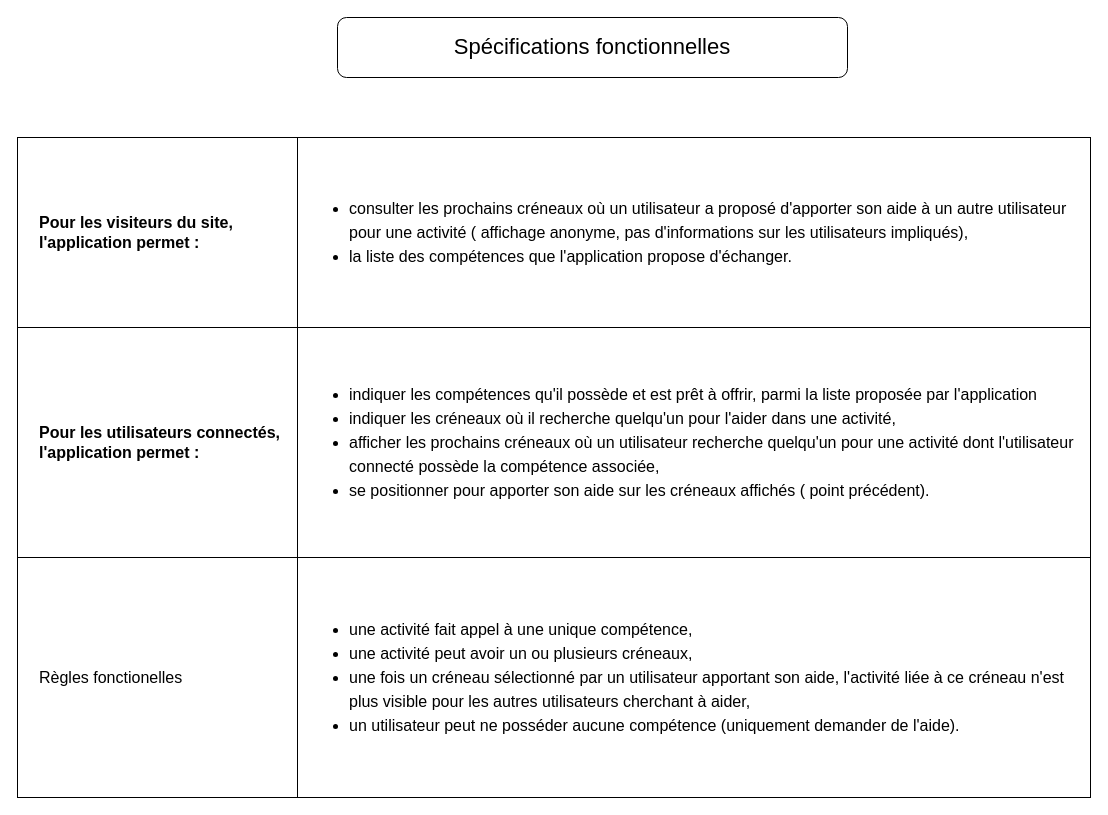
Before: page "Spécifications fonctionnelles" (4 of 4) of doc/UMLSkillsExchange.drawio in alfaro-b/Eval_Web_Python, a draw.io diagram. Source tidied: cells renumbered, new cells numbered last; positions are measured from the earlier drawing's top-left corner, leaving out a move shared by most shapes. Both pictures are drawn from the tidied source at 100%, with x=0, y=0 at pixel (17, 17).
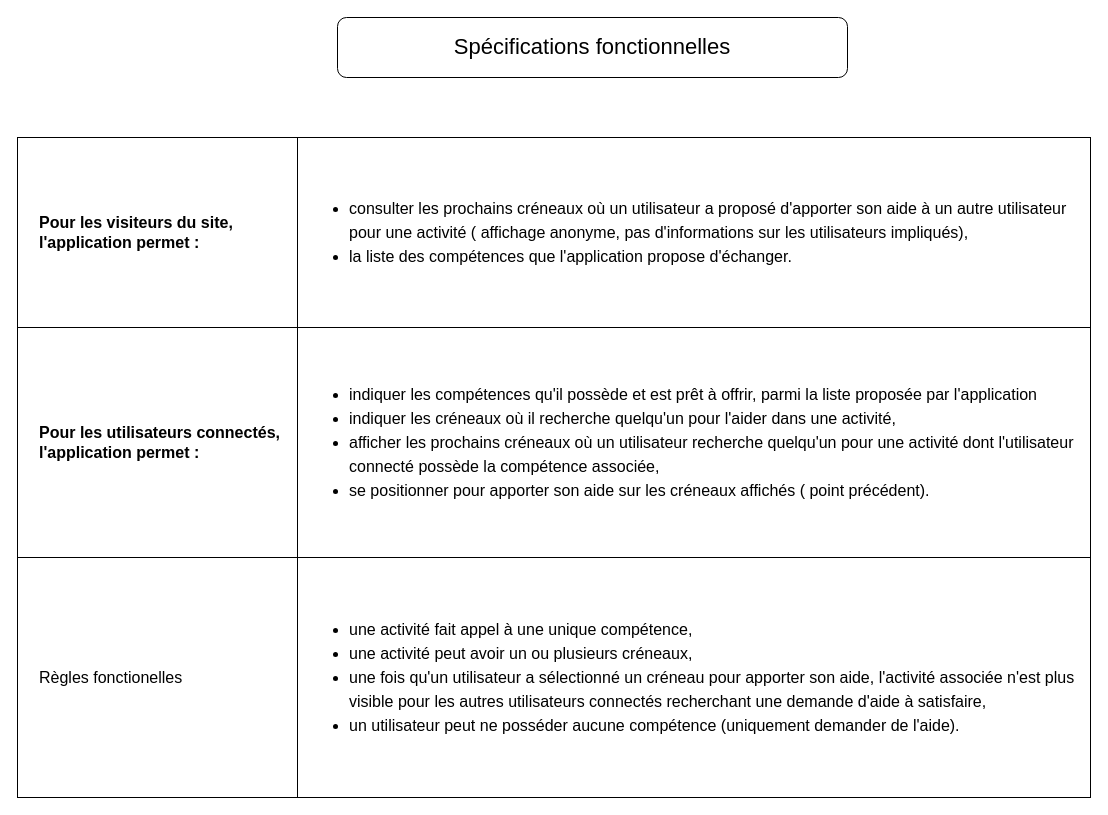
Above is the later version.

What changed in the source:
```diff
@@
 <mxGraphModel>
   <root>
     <mxCell id="0" />
     <mxCell id="1" parent="0" />
     <mxCell id="2" style="childLayout=tableLayout;shadow=0;fillColor=none;fontSize=16;" parent="1" vertex="1">
       <mxGeometry y="120" width="1073" height="660" as="geometry" />
     </mxCell>
     <mxCell id="3" style="shape=tableRow;horizontal=0;startSize=0;swimlaneHead=0;swimlaneBody=0;top=0;left=0;bottom=0;right=0;fontStyle=0;fillColor=none;strokeColor=inherit;fontSize=16;" parent="2" vertex="1">
       <mxGeometry width="1073" height="190" as="geometry" />
     </mxCell>
     <mxCell id="4" value="Pour les visiteurs du site,&amp;nbsp;&lt;div&gt;l'application permet :&amp;nbsp;&lt;/div&gt;" style="strokeColor=inherit;fillColor=none;align=left;whiteSpace=wrap;html=1;fontSize=16;fontStyle=1;spacingLeft=20;" parent="3" vertex="1">
       <mxGeometry width="280" height="190" as="geometry" />
     </mxCell>
     <mxCell id="5" value="&lt;div style=&quot;line-height: 150%;&quot;&gt;&lt;ul&gt;&lt;li&gt;&lt;span style=&quot;background-color: transparent; color: light-dark(rgb(0, 0, 0), rgb(255, 255, 255));&quot;&gt;consulter les prochains créneaux où un utilisateur a proposé d'apporter son aide à un autre utilisateur pour une activité ( affichage anonyme, pas d'informations sur les utilisateurs impliqués),&amp;nbsp;&lt;/span&gt;&lt;/li&gt;&lt;li&gt;&lt;span style=&quot;background-color: transparent; color: light-dark(rgb(0, 0, 0), rgb(255, 255, 255));&quot;&gt;la liste des compétences que l'application propose d'échanger.&lt;/span&gt;&lt;/li&gt;&lt;/ul&gt;&lt;/div&gt;" style="strokeColor=inherit;fillColor=none;align=left;whiteSpace=wrap;html=1;spacingLeft=10;fontSize=16;" parent="3" vertex="1">
       <mxGeometry x="280" width="793" height="190" as="geometry" />
     </mxCell>
     <mxCell id="6" style="shape=tableRow;horizontal=0;startSize=0;swimlaneHead=0;swimlaneBody=0;top=0;left=0;bottom=0;right=0;fontStyle=0;fillColor=none;strokeColor=inherit;fontSize=16;" parent="2" vertex="1">
       <mxGeometry y="190" width="1073" height="230" as="geometry" />
     </mxCell>
     <mxCell id="7" value="Pour les utilisateurs connectés&lt;span style=&quot;background-color: transparent; color: light-dark(#000000, var(--ge-light-color, #ffffff));&quot;&gt;,&amp;nbsp;&lt;/span&gt;&lt;div&gt;&lt;div&gt;l'application permet :&amp;nbsp;&lt;/div&gt;&lt;/div&gt;" style="strokeColor=inherit;fillColor=none;align=left;whiteSpace=wrap;html=1;fontSize=16;fontStyle=1;spacingLeft=20;" parent="6" vertex="1">
       <mxGeometry width="280" height="230" as="geometry" />
     </mxCell>
     <mxCell id="8" value="&lt;div style=&quot;line-height: 150%;&quot;&gt;&lt;ul&gt;&lt;li&gt;&lt;span style=&quot;background-color: transparent; color: light-dark(rgb(0, 0, 0), rgb(255, 255, 255));&quot;&gt;indiquer les compétences qu'il possède et est prêt à offrir, parmi la liste proposée par l'application&amp;nbsp;&lt;/span&gt;&lt;/li&gt;&lt;li&gt;&lt;span style=&quot;background-color: transparent; color: light-dark(rgb(0, 0, 0), rgb(255, 255, 255));&quot;&gt;indiquer les créneaux où il recherche quelqu'un pour l'aider dans une activité,&lt;/span&gt;&lt;/li&gt;&lt;li&gt;&lt;span style=&quot;background-color: transparent; color: light-dark(rgb(0, 0, 0), rgb(255, 255, 255));&quot;&gt;afficher les prochains créneaux où un utilisateur recherche quelqu'un pour une activité dont l'utilisateur connecté possède la compétence associée,&lt;/span&gt;&lt;/li&gt;&lt;li&gt;se positionner pour apporter son aide sur les créneaux affichés ( point précédent).&lt;/li&gt;&lt;/ul&gt;&lt;/div&gt;" style="strokeColor=inherit;fillColor=none;align=left;whiteSpace=wrap;html=1;spacingLeft=10;fontSize=16;" parent="6" vertex="1">
       <mxGeometry x="280" width="793" height="230" as="geometry" />
     </mxCell>
     <mxCell id="9" style="shape=tableRow;horizontal=0;startSize=0;swimlaneHead=0;swimlaneBody=0;top=0;left=0;bottom=0;right=0;fontStyle=0;fillColor=none;strokeColor=inherit;fontSize=16;" parent="2" vertex="1">
       <mxGeometry y="420" width="1073" height="240" as="geometry" />
     </mxCell>
     <mxCell id="10" value="Règles fonctionelles" style="strokeColor=inherit;fillColor=none;align=left;whiteSpace=wrap;html=1;fontSize=16;spacingLeft=20;" parent="9" vertex="1">
       <mxGeometry width="280" height="240" as="geometry" />
     </mxCell>
-    <mxCell id="11" value="&lt;div style=&quot;line-height: 150%;&quot;&gt;&lt;ul&gt;&lt;li&gt;&lt;span style=&quot;background-color: transparent; color: light-dark(rgb(0, 0, 0), rgb(255, 255, 255));&quot;&gt;une activité fait appel à une unique compétence,&amp;nbsp;&lt;/span&gt;&lt;/li&gt;&lt;li&gt;&lt;span style=&quot;background-color: transparent; color: light-dark(rgb(0, 0, 0), rgb(255, 255, 255));&quot;&gt;une activité peut avoir un ou plusieurs créneaux,&lt;/span&gt;&lt;/li&gt;&lt;li&gt;une fois un créneau sélectionné par un utilisateur apportant son aide, l'activité liée à ce créneau n'est plus visible pour les autres utilisateurs cherchant à aider,&lt;/li&gt;&lt;li&gt;un utilisateur peut ne posséder aucune compétence (uniquement demander de l'aide).&lt;/li&gt;&lt;/ul&gt;&lt;/div&gt;" style="strokeColor=inherit;fillColor=none;align=left;whiteSpace=wrap;html=1;spacingLeft=10;fontSize=16;spacingRight=2;" parent="9" vertex="1">
+    <mxCell id="11" value="&lt;div style=&quot;line-height: 150%;&quot;&gt;&lt;ul&gt;&lt;li&gt;&lt;span style=&quot;background-color: transparent; color: light-dark(rgb(0, 0, 0), rgb(255, 255, 255));&quot;&gt;une activité fait appel à une unique compétence,&amp;nbsp;&lt;/span&gt;&lt;/li&gt;&lt;li&gt;&lt;span style=&quot;background-color: transparent; color: light-dark(rgb(0, 0, 0), rgb(255, 255, 255));&quot;&gt;une activité peut avoir un ou plusieurs créneaux,&lt;/span&gt;&lt;/li&gt;&lt;li&gt;une fois qu'un utilisateur a sélectionné un créneau pour apporter son aide, l'activité associée n'est plus visible pour les autres utilisateurs connectés recherchant une demande d'aide à satisfaire,&lt;/li&gt;&lt;li&gt;un utilisateur peut ne posséder aucune compétence (uniquement demander de l'aide).&lt;/li&gt;&lt;/ul&gt;&lt;/div&gt;" style="strokeColor=inherit;fillColor=none;align=left;whiteSpace=wrap;html=1;spacingLeft=10;fontSize=16;spacingRight=2;" parent="9" vertex="1">
       <mxGeometry x="280" width="793" height="240" as="geometry" />
     </mxCell>
     <mxCell id="12" style="rounded=1;whiteSpace=wrap;html=1;" parent="1" vertex="1">
       <mxGeometry x="320" width="510" height="60" as="geometry" />
     </mxCell>
     <mxCell id="13" value="&lt;font style=&quot;font-size: 22px;&quot;&gt;Spécifications fonctionnelles&lt;/font&gt;" style="text;html=1;whiteSpace=wrap;strokeColor=none;fillColor=none;align=center;verticalAlign=middle;rounded=0;" parent="1" vertex="1">
       <mxGeometry x="410" y="15" width="330" height="30" as="geometry" />
     </mxCell>
   </root>
 </mxGraphModel>
```
